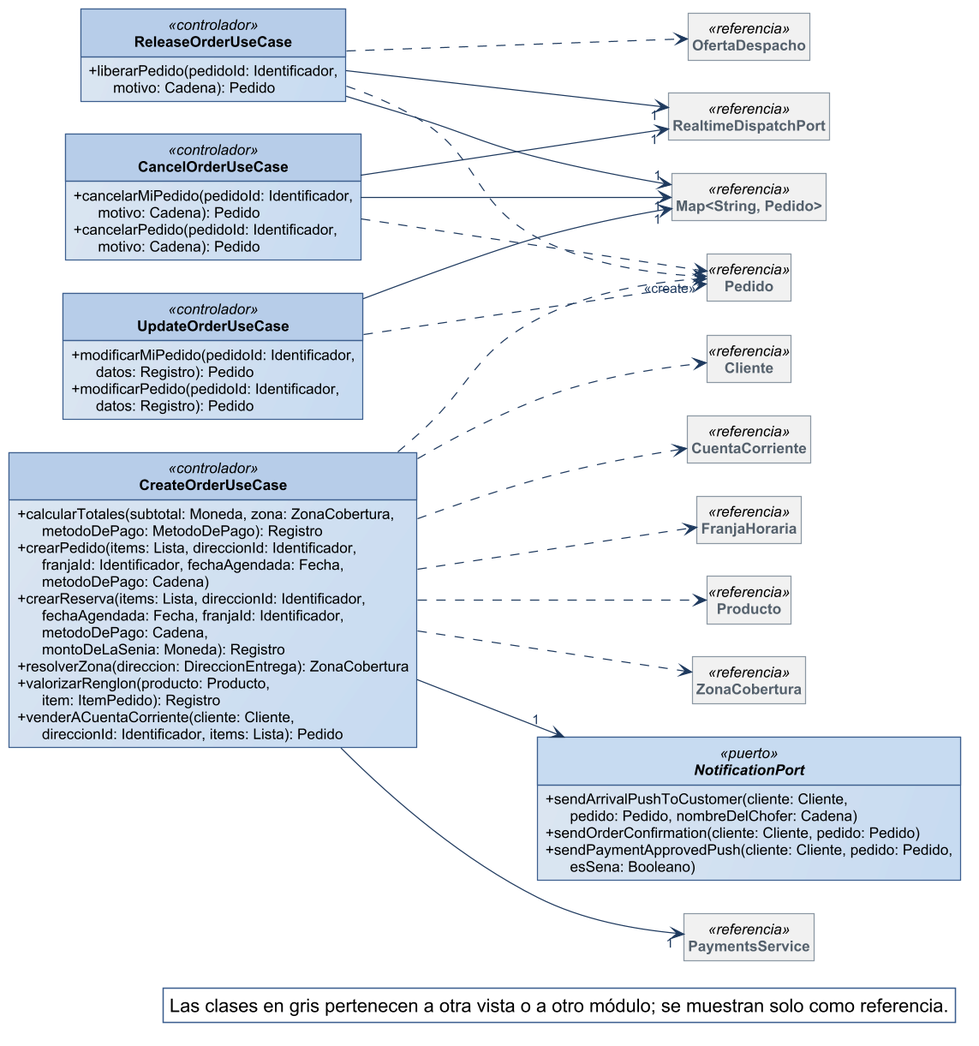
Before: diagramas/clases-diseno/DC_Mod_Pedidos-alta.png, a diagram exported from PlantUML (Nahuelito-Dev/splg-docs).
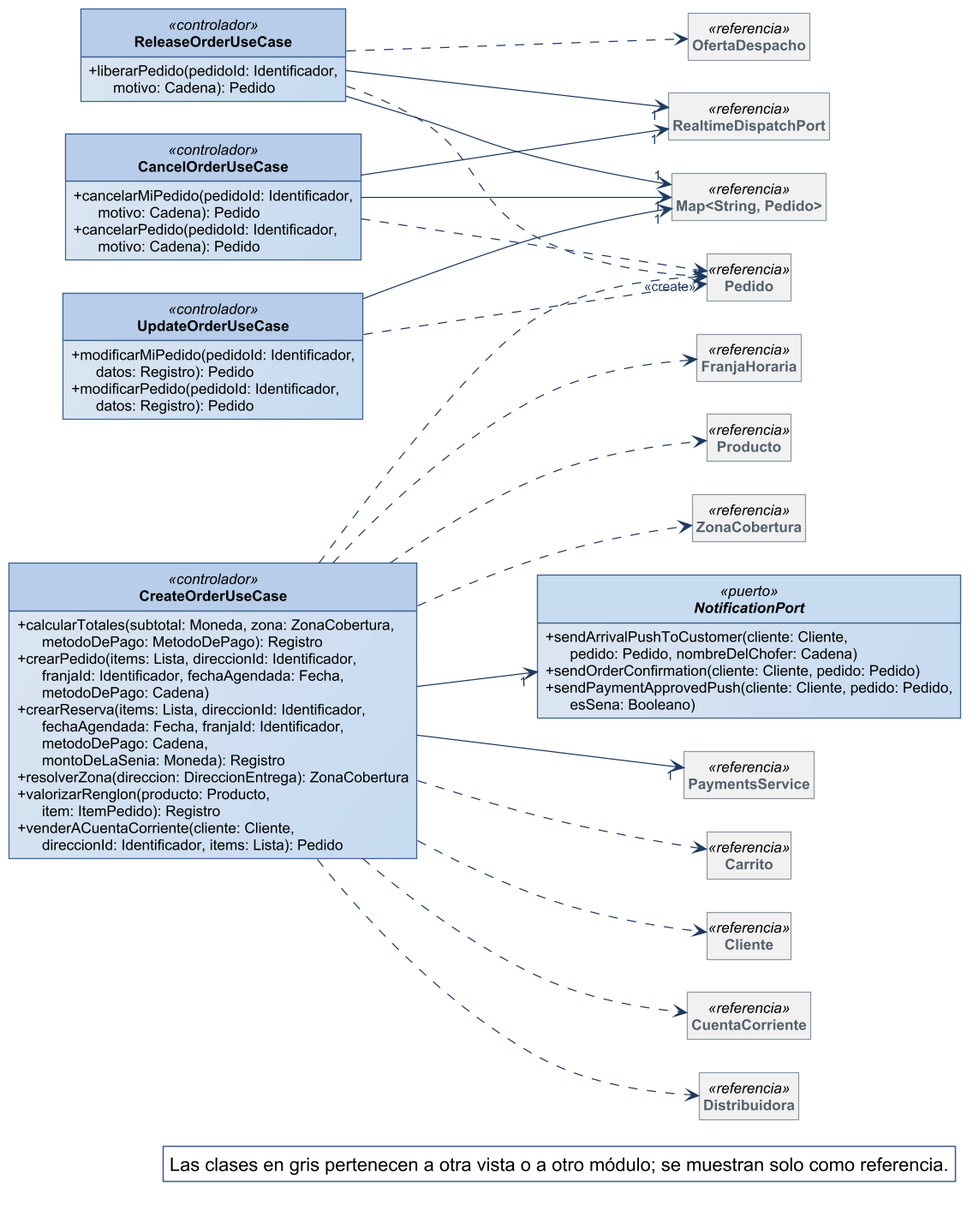
After the commit.

What changed in the source:
```diff
@@ -58,8 +58,10 @@
 class RealtimeDispatchPort <<referencia>>
 class PaymentsService <<referencia>>
 class Pedido <<referencia>>
+class Carrito <<referencia>>
 class Cliente <<referencia>>
 class CuentaCorriente <<referencia>>
+class Distribuidora <<referencia>>
 class FranjaHoraria <<referencia>>
 class Producto <<referencia>>
 class ZonaCobertura <<referencia>>
@@ -73,8 +75,10 @@
 ReleaseOrderUseCase --> "1" RealtimeDispatchPort
 UpdateOrderUseCase --> "1" Map_String_Pedido
 CancelOrderUseCase ..> Pedido
+CreateOrderUseCase ..> Carrito
 CreateOrderUseCase ..> Cliente
 CreateOrderUseCase ..> CuentaCorriente
+CreateOrderUseCase ..> Distribuidora
 CreateOrderUseCase ..> FranjaHoraria
 CreateOrderUseCase ..> "<<create>>" Pedido
 CreateOrderUseCase ..> Producto
```
